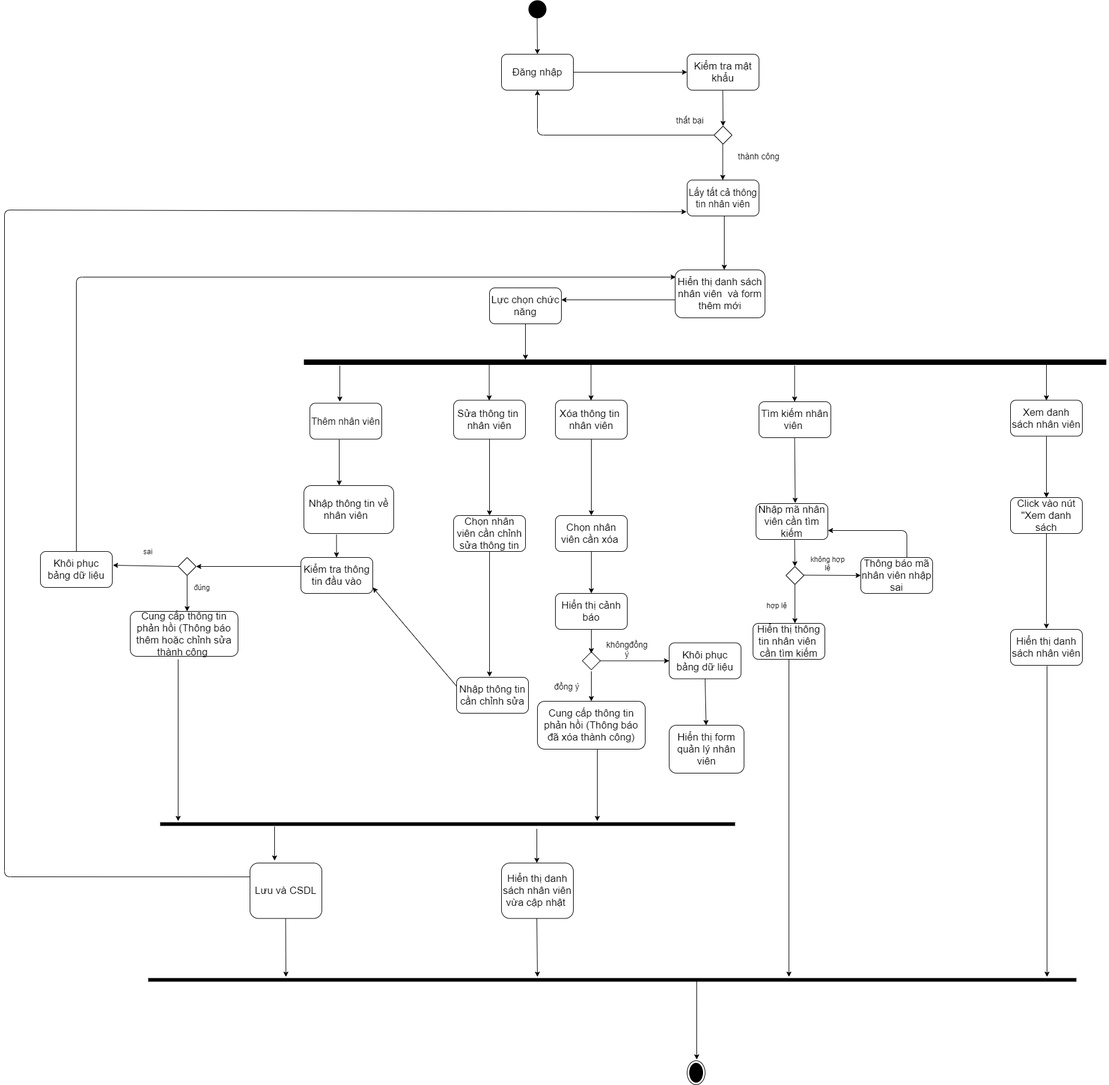
The draw.io diagram Phan_Tich_Thiet_Ke/Diagram/Activity_Diagram/Activity_Diagram_QuanLyNhanVien_U1.png in KNhaa/DoAnCNPM, before a commit. Source tidied: cells renumbered, new cells last; positions are measured from the earlier drawing's top-left corner, leaving out a move shared by most shapes.
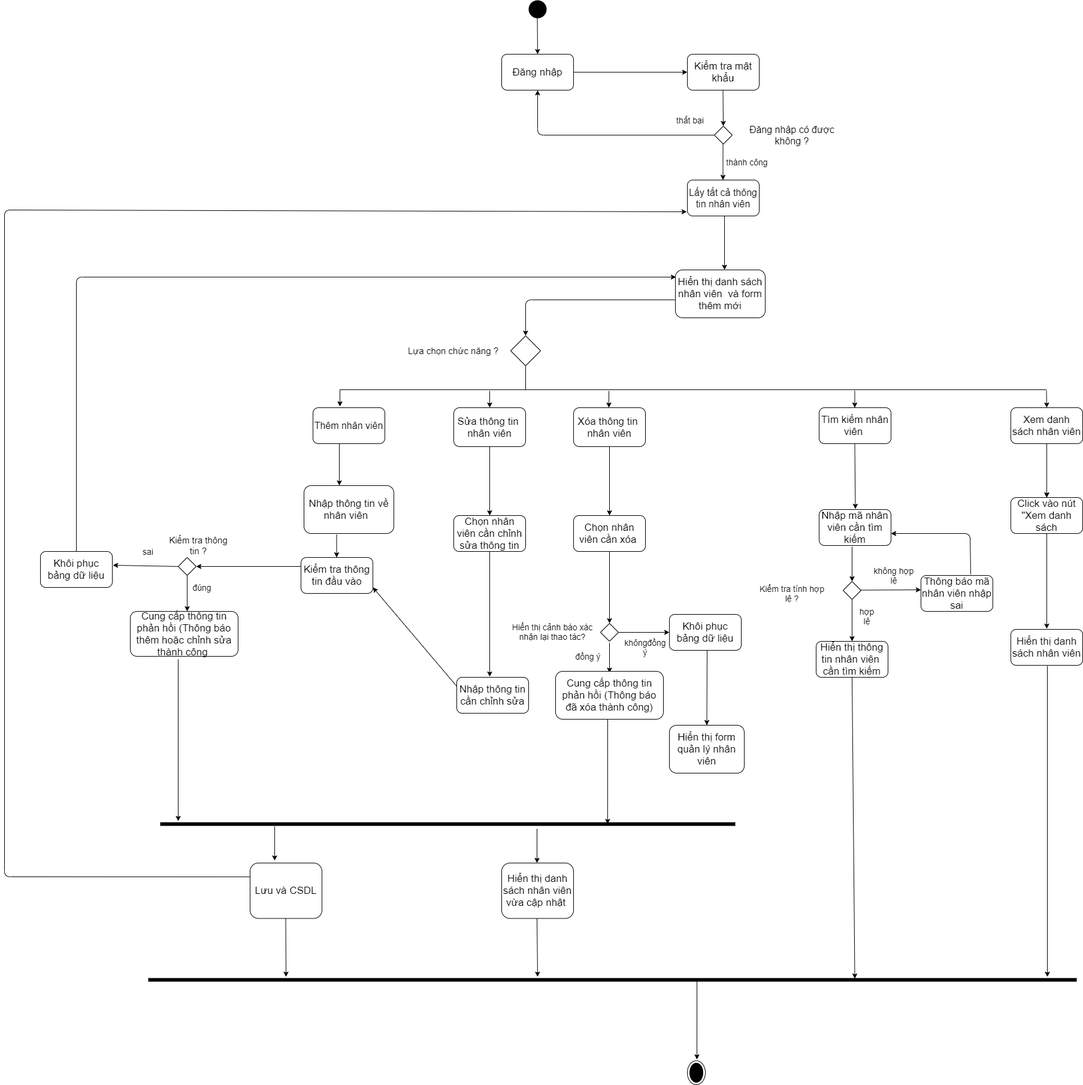
The same file after the commit.

Diff of the diagram source:
```diff
@@ -40,3 +40,3 @@
     <mxCell id="10" value="&lt;font style=&quot;font-size: 14px&quot;&gt;thành công&lt;/font&gt;" style="text;html=1;strokeColor=none;fillColor=none;align=center;verticalAlign=middle;whiteSpace=wrap;rounded=0;" parent="1" vertex="1">
-      <mxGeometry x="1210" y="250" width="100" height="20" as="geometry" />
+      <mxGeometry x="1190" y="260" width="100" height="20" as="geometry" />
     </mxCell>
@@ -55,19 +55,10 @@
     </mxCell>
-    <mxCell id="14" style="endArrow=classic;html=1;" parent="1" edge="1">
+    <mxCell id="14" style="endArrow=classic;html=1;entryX=0.5;entryY=0;entryDx=0;entryDy=0;" parent="1" edge="1" target="93">
       <mxGeometry relative="1" as="geometry">
         <mxPoint x="1120" y="500" as="sourcePoint" />
-        <mxPoint x="930" y="500" as="targetPoint" />
+        <Array as="points">
+          <mxPoint x="870" y="500" />
+        </Array>
       </mxGeometry>
     </mxCell>
-    <mxCell id="15" value="&lt;font style=&quot;font-size: 17px&quot;&gt;Lực chọn chức năng&lt;/font&gt;" style="rounded=1;whiteSpace=wrap;html=1;" parent="1" vertex="1">
-      <mxGeometry x="810" y="480" width="120" height="60" as="geometry" />
-    </mxCell>
-    <mxCell id="16" style="line;strokeWidth=9;fillColor=none;align=left;verticalAlign=middle;spacingTop=-1;spacingLeft=3;spacingRight=3;labelPosition=right;" parent="1" vertex="1">
-      <mxGeometry x="500" y="600" width="1340" height="8" as="geometry" />
-    </mxCell>
-    <mxCell id="17" style="endArrow=classic;html=1;exitX=0.5;exitY=1;exitDx=0;exitDy=0;" parent="1" edge="1" source="15">
-      <mxGeometry relative="1" as="geometry">
-        <mxPoint x="870" y="600" as="targetPoint" />
-      </mxGeometry>
-    </mxCell>
     <mxCell id="18" value="&lt;span style=&quot;font-size: 17px&quot;&gt;Nhập thông tin về nhân viên&amp;nbsp;&amp;nbsp;&lt;/span&gt;" style="rounded=1;whiteSpace=wrap;html=1;" parent="1" vertex="1">
@@ -75,24 +66,11 @@
     </mxCell>
-    <mxCell id="19" style="endArrow=classic;html=1;" parent="1" edge="1">
-      <mxGeometry relative="1" as="geometry">
-        <mxPoint x="809.5" y="608" as="sourcePoint" />
-        <mxPoint x="809.5" y="668" as="targetPoint" />
-      </mxGeometry>
-    </mxCell>
     <mxCell id="20" value="&lt;font style=&quot;font-size: 17px&quot;&gt;Xóa thông tin&amp;nbsp; nhân viên&lt;/font&gt;" style="rounded=1;whiteSpace=wrap;html=1;" parent="1" vertex="1">
-      <mxGeometry x="920" y="667.5" width="120" height="65" as="geometry" />
+      <mxGeometry x="950" y="680" width="120" height="65" as="geometry" />
     </mxCell>
-    <mxCell id="21" style="endArrow=classic;html=1;" parent="1" edge="1">
-      <mxGeometry relative="1" as="geometry">
-        <mxPoint x="1319.5" y="610" as="sourcePoint" />
-        <mxPoint x="1319.5" y="670" as="targetPoint" />
-      </mxGeometry>
-    </mxCell>
     <mxCell id="22" value="&lt;font style=&quot;font-size: 17px&quot;&gt;Tìm kiếm nhân viên&amp;nbsp;&lt;/font&gt;" style="rounded=1;whiteSpace=wrap;html=1;" parent="1" vertex="1">
-      <mxGeometry x="1260" y="670" width="120" height="60" as="geometry" />
+      <mxGeometry x="1360" y="680" width="120" height="60" as="geometry" />
     </mxCell>
-    <mxCell id="23" style="endArrow=classic;html=1;" parent="1" edge="1">
+    <mxCell id="23" style="endArrow=classic;html=1;entryX=0.375;entryY=-0.033;entryDx=0;entryDy=0;entryPerimeter=0;" parent="1" edge="1" target="59">
       <mxGeometry relative="1" as="geometry">
-        <mxPoint x="560" y="610" as="sourcePoint" />
-        <mxPoint x="560" y="670" as="targetPoint" />
+        <mxPoint x="560" y="650" as="sourcePoint" />
       </mxGeometry>
@@ -107,3 +85,3 @@
     </mxCell>
-    <mxCell id="26" value="đúng" style="text;html=1;strokeColor=none;fillColor=none;align=center;verticalAlign=middle;whiteSpace=wrap;rounded=0;" parent="1" vertex="1">
+    <mxCell id="26" value="&lt;font style=&quot;font-size: 14px&quot;&gt;đúng&lt;/font&gt;" style="text;html=1;strokeColor=none;fillColor=none;align=center;verticalAlign=middle;whiteSpace=wrap;rounded=0;" parent="1" vertex="1">
       <mxGeometry x="310" y="970" width="40" height="20" as="geometry" />
@@ -137,21 +115,13 @@
     </mxCell>
-    <mxCell id="35" value="&lt;font style=&quot;font-size: 17px&quot;&gt;Hiển thị cảnh báo&lt;/font&gt;" style="rounded=1;whiteSpace=wrap;html=1;strokeWidth=1;" parent="1" vertex="1">
-      <mxGeometry x="920" y="990" width="120" height="60" as="geometry" />
-    </mxCell>
     <mxCell id="36" style="rhombus;strokeWidth=1;" parent="1" vertex="1">
-      <mxGeometry x="965" y="1087.5" width="30" height="30" as="geometry" />
+      <mxGeometry x="995" y="1040" width="30" height="30" as="geometry" />
     </mxCell>
-    <mxCell id="37" style="endArrow=classic;html=1;exitX=0.5;exitY=1;exitDx=0;exitDy=0;" parent="1" edge="1" source="35">
-      <mxGeometry relative="1" as="geometry">
-        <mxPoint x="980" y="1090" as="targetPoint" />
-      </mxGeometry>
-    </mxCell>
     <mxCell id="38" value="&lt;font style=&quot;font-size: 14px&quot;&gt;khôngđồng ý&lt;/font&gt;" style="text;html=1;strokeColor=none;fillColor=none;align=center;verticalAlign=middle;whiteSpace=wrap;rounded=0;" parent="1" vertex="1">
-      <mxGeometry x="1010" y="1072.5" width="60" height="20" as="geometry" />
+      <mxGeometry x="1040" y="1070" width="60" height="20" as="geometry" />
     </mxCell>
     <mxCell id="39" value="&lt;font style=&quot;font-size: 14px&quot;&gt;&amp;nbsp;đồng ý&lt;/font&gt;" style="text;html=1;strokeColor=none;fillColor=none;align=center;verticalAlign=middle;whiteSpace=wrap;rounded=0;" parent="1" vertex="1">
-      <mxGeometry x="905" y="1135" width="65" height="20" as="geometry" />
+      <mxGeometry x="940" y="1085" width="65" height="20" as="geometry" />
     </mxCell>
     <mxCell id="40" value="&lt;font style=&quot;font-size: 17px&quot;&gt;Nhập mã nhân viên cần tìm kiếm&lt;/font&gt;" style="rounded=1;whiteSpace=wrap;html=1;strokeWidth=1;" parent="1" vertex="1">
-      <mxGeometry x="1255" y="840" width="120" height="60" as="geometry" />
+      <mxGeometry x="1360" y="850" width="120" height="60" as="geometry" />
     </mxCell>
@@ -159,4 +129,4 @@
       <mxGeometry relative="1" as="geometry">
-        <mxPoint x="1319.5" y="730" as="sourcePoint" />
-        <mxPoint x="1320.5" y="839" as="targetPoint" />
+        <mxPoint x="1419.5" y="740" as="sourcePoint" />
+        <mxPoint x="1420.5" y="849" as="targetPoint" />
       </mxGeometry>
@@ -164,13 +134,10 @@
     <mxCell id="42" style="rhombus;strokeWidth=1;" parent="1" vertex="1">
-      <mxGeometry x="1305" y="945" width="30" height="30" as="geometry" />
+      <mxGeometry x="1400" y="970" width="30" height="30" as="geometry" />
     </mxCell>
-    <mxCell id="43" style="endArrow=classic;html=1;exitX=0.5;exitY=1;exitDx=0;exitDy=0;" parent="1" edge="1" source="42">
-      <mxGeometry relative="1" as="geometry">
-        <mxPoint x="1320" y="1040" as="targetPoint" />
-      </mxGeometry>
+    <mxCell id="43" style="endArrow=classic;html=1;exitX=0.5;exitY=1;exitDx=0;exitDy=0;entryX=0.5;entryY=0;entryDx=0;entryDy=0;" parent="1" edge="1" source="42" target="45">
+      <mxGeometry relative="1" as="geometry" />
     </mxCell>
-    <mxCell id="44" style="endArrow=classic;html=1;" parent="1" edge="1">
+    <mxCell id="44" style="endArrow=classic;html=1;entryX=0;entryY=0.4;entryDx=0;entryDy=0;entryPerimeter=0;" parent="1" edge="1" target="50">
       <mxGeometry relative="1" as="geometry">
-        <mxPoint x="1335" y="959.5" as="sourcePoint" />
-        <mxPoint x="1430" y="960" as="targetPoint" />
+        <mxPoint x="1430" y="984.5" as="sourcePoint" />
       </mxGeometry>
@@ -178,3 +145,3 @@
     <mxCell id="45" value="&lt;font style=&quot;font-size: 17px&quot;&gt;Hiển thị thông tin nhân viên&amp;nbsp; cần tìm kiếm&lt;/font&gt;" style="rounded=1;whiteSpace=wrap;html=1;strokeWidth=1;" parent="1" vertex="1">
-      <mxGeometry x="1250" y="1040" width="120" height="60" as="geometry" />
+      <mxGeometry x="1355" y="1070" width="120" height="60" as="geometry" />
     </mxCell>
@@ -182,3 +149,3 @@
       <mxGeometry relative="1" as="geometry">
-        <mxPoint x="1319.5" y="900" as="sourcePoint" />
+        <mxPoint x="1415" y="912" as="sourcePoint" />
       </mxGeometry>
@@ -188,18 +155,16 @@
     </mxCell>
-    <mxCell id="48" value="không hợp lệ" style="text;html=1;strokeColor=none;fillColor=none;align=center;verticalAlign=middle;whiteSpace=wrap;rounded=0;" parent="1" vertex="1">
-      <mxGeometry x="1340" y="930" width="70" height="20" as="geometry" />
+    <mxCell id="48" value="&lt;font style=&quot;font-size: 14px&quot;&gt;không hợp lệ&lt;/font&gt;" style="text;html=1;strokeColor=none;fillColor=none;align=center;verticalAlign=middle;whiteSpace=wrap;rounded=0;" parent="1" vertex="1">
+      <mxGeometry x="1450" y="950" width="70" height="20" as="geometry" />
     </mxCell>
-    <mxCell id="49" value="hợp lệ" style="text;html=1;strokeColor=none;fillColor=none;align=center;verticalAlign=middle;whiteSpace=wrap;rounded=0;" parent="1" vertex="1">
-      <mxGeometry x="1270" y="1000" width="40" height="20" as="geometry" />
+    <mxCell id="49" value="&lt;font style=&quot;font-size: 14px&quot;&gt;hợp lệ&lt;/font&gt;" style="text;html=1;strokeColor=none;fillColor=none;align=center;verticalAlign=middle;whiteSpace=wrap;rounded=0;" parent="1" vertex="1">
+      <mxGeometry x="1420" y="1017.5" width="40" height="20" as="geometry" />
     </mxCell>
     <mxCell id="50" value="&lt;font style=&quot;font-size: 17px&quot;&gt;Thông báo mã nhân viên nhập sai&lt;/font&gt;" style="rounded=1;whiteSpace=wrap;html=1;strokeWidth=1;" parent="1" vertex="1">
-      <mxGeometry x="1430" y="930" width="120" height="60" as="geometry" />
+      <mxGeometry x="1530" y="960" width="120" height="60" as="geometry" />
     </mxCell>
-    <mxCell id="51" style="endArrow=classic;html=1;exitX=0.5;exitY=1;exitDx=0;exitDy=0;" parent="1" edge="1" source="57">
-      <mxGeometry relative="1" as="geometry">
-        <mxPoint x="980" y="990" as="targetPoint" />
-      </mxGeometry>
+    <mxCell id="51" style="endArrow=classic;html=1;exitX=0.5;exitY=1;exitDx=0;exitDy=0;entryX=0.5;entryY=0;entryDx=0;entryDy=0;" parent="1" edge="1" source="57" target="36">
+      <mxGeometry relative="1" as="geometry" />
     </mxCell>
     <mxCell id="52" value="&lt;span style=&quot;font-size: 17px&quot;&gt;Sửa thông tin&amp;nbsp; nhân viên&lt;/span&gt;" style="rounded=1;whiteSpace=wrap;html=1;" parent="1" vertex="1">
-      <mxGeometry x="750" y="667.5" width="120" height="65" as="geometry" />
+      <mxGeometry x="750" y="680" width="120" height="65" as="geometry" />
     </mxCell>
@@ -220,10 +185,4 @@
     </mxCell>
-    <mxCell id="56" style="endArrow=classic;html=1;" parent="1" edge="1">
-      <mxGeometry relative="1" as="geometry">
-        <mxPoint x="979.5" y="608" as="sourcePoint" />
-        <mxPoint x="979.5" y="668" as="targetPoint" />
-      </mxGeometry>
-    </mxCell>
     <mxCell id="57" value="&lt;span style=&quot;font-size: 17px&quot;&gt;Chọn nhân viên cần xóa&amp;nbsp;&lt;/span&gt;" style="rounded=1;whiteSpace=wrap;html=1;strokeWidth=1;" parent="1" vertex="1">
-      <mxGeometry x="920" y="860" width="120" height="60" as="geometry" />
+      <mxGeometry x="950" y="860" width="120" height="60" as="geometry" />
     </mxCell>
@@ -233,3 +192,3 @@
     <mxCell id="59" value="&lt;font style=&quot;font-size: 16px&quot;&gt;Thêm nhân viên&lt;/font&gt;" style="rounded=1;whiteSpace=wrap;html=1;strokeWidth=1;" parent="1" vertex="1">
-      <mxGeometry x="510" y="672.5" width="120" height="60" as="geometry" />
+      <mxGeometry x="515" y="680" width="120" height="60" as="geometry" />
     </mxCell>
@@ -237,3 +196,3 @@
       <mxGeometry relative="1" as="geometry">
-        <mxPoint x="559" y="733" as="sourcePoint" />
+        <mxPoint x="559" y="740" as="sourcePoint" />
         <mxPoint x="559" y="810" as="targetPoint" />
@@ -264,3 +223,3 @@
     </mxCell>
-    <mxCell id="67" value="sai" style="text;html=1;strokeColor=none;fillColor=none;align=center;verticalAlign=middle;whiteSpace=wrap;rounded=0;" parent="1" vertex="1">
+    <mxCell id="67" value="&lt;font style=&quot;font-size: 14px&quot;&gt;sai&lt;/font&gt;" style="text;html=1;strokeColor=none;fillColor=none;align=center;verticalAlign=middle;whiteSpace=wrap;rounded=0;" parent="1" vertex="1">
       <mxGeometry x="220" y="910" width="40" height="20" as="geometry" />
@@ -269,4 +228,4 @@
       <mxGeometry relative="1" as="geometry">
-        <mxPoint x="980" y="1120" as="sourcePoint" />
-        <mxPoint x="980" y="1170" as="targetPoint" />
+        <mxPoint x="1010" y="1072.5" as="sourcePoint" />
+        <mxPoint x="1010" y="1122.5" as="targetPoint" />
       </mxGeometry>
@@ -274,6 +233,8 @@
     <mxCell id="69" value="&lt;font style=&quot;font-size: 17px&quot;&gt;Khôi phục bảng dữ liệu&lt;/font&gt;" style="rounded=1;whiteSpace=wrap;html=1;strokeWidth=1;" parent="1" vertex="1">
-      <mxGeometry x="1110" y="1072.5" width="120" height="60" as="geometry" />
+      <mxGeometry x="1110" y="1025" width="120" height="60" as="geometry" />
     </mxCell>
-    <mxCell id="70" style="endArrow=classic;html=1;exitX=0.5;exitY=1;exitDx=0;exitDy=0;" parent="1" edge="1" source="69" target="71">
-      <mxGeometry relative="1" as="geometry" />
+    <mxCell id="70" style="endArrow=classic;html=1;entryX=0.5;entryY=0;entryDx=0;entryDy=0;" parent="1" edge="1" target="71">
+      <mxGeometry relative="1" as="geometry">
+        <mxPoint x="1173" y="1085" as="sourcePoint" />
+      </mxGeometry>
     </mxCell>
@@ -282,8 +243,7 @@
     </mxCell>
-    <mxCell id="72" style="endArrow=classic;html=1;" parent="1" edge="1">
+    <mxCell id="72" style="endArrow=classic;html=1;exitX=0.692;exitY=-0.033;exitDx=0;exitDy=0;exitPerimeter=0;" parent="1" edge="1" source="50">
       <mxGeometry relative="1" as="geometry">
-        <mxPoint x="1507" y="930" as="sourcePoint" />
-        <mxPoint x="1375" y="885" as="targetPoint" />
+        <mxPoint x="1480" y="890" as="targetPoint" />
         <Array as="points">
-          <mxPoint x="1507" y="885" />
+          <mxPoint x="1612" y="890" />
         </Array>
@@ -303,10 +263,4 @@
     <mxCell id="75" value="&lt;font style=&quot;font-size: 17px&quot;&gt;Cung cấp thông tin phản hồi (Thông báo đã xóa thành công)&lt;/font&gt;" style="rounded=1;whiteSpace=wrap;html=1;strokeWidth=1;" parent="1" vertex="1">
-      <mxGeometry x="890" y="1170" width="180" height="80" as="geometry" />
+      <mxGeometry x="920" y="1120" width="180" height="80" as="geometry" />
     </mxCell>
-    <mxCell id="76" style="endArrow=classic;html=1;" parent="1" edge="1">
-      <mxGeometry relative="1" as="geometry">
-        <mxPoint x="990" y="1250" as="sourcePoint" />
-        <mxPoint x="990" y="1370" as="targetPoint" />
-      </mxGeometry>
-    </mxCell>
     <mxCell id="77" style="endArrow=classic;html=1;exitX=0.199;exitY=0.544;exitDx=0;exitDy=0;exitPerimeter=0;entryX=0.342;entryY=-0.043;entryDx=0;entryDy=0;entryPerimeter=0;" parent="1" edge="1" source="61" target="27">
@@ -349,10 +303,4 @@
     <mxCell id="84" value="&lt;span style=&quot;font-size: 17px&quot;&gt;Xem danh sách nhân viên&lt;/span&gt;" style="rounded=1;whiteSpace=wrap;html=1;" parent="1" vertex="1">
-      <mxGeometry x="1680" y="667.5" width="120" height="60" as="geometry" />
+      <mxGeometry x="1680" y="680" width="120" height="60" as="geometry" />
     </mxCell>
-    <mxCell id="85" style="endArrow=classic;html=1;" parent="1" edge="1">
-      <mxGeometry relative="1" as="geometry">
-        <mxPoint x="1740" y="608" as="sourcePoint" />
-        <mxPoint x="1740" y="668" as="targetPoint" />
-      </mxGeometry>
-    </mxCell>
     <mxCell id="86" value="&lt;font style=&quot;font-size: 17px&quot;&gt;Click vào nút &quot;Xem danh sách&lt;/font&gt;" style="rounded=1;whiteSpace=wrap;html=1;strokeWidth=1;" parent="1" vertex="1">
@@ -369,6 +317,4 @@
     </mxCell>
-    <mxCell id="89" style="endArrow=classic;html=1;exitX=0.5;exitY=1;exitDx=0;exitDy=0;" parent="1" edge="1" source="45">
-      <mxGeometry relative="1" as="geometry">
-        <mxPoint x="1310" y="1630" as="targetPoint" />
-      </mxGeometry>
+    <mxCell id="89" style="endArrow=classic;html=1;exitX=0.5;exitY=1;exitDx=0;exitDy=0;entryX=0.761;entryY=0.478;entryDx=0;entryDy=0;entryPerimeter=0;" parent="1" edge="1" source="45" target="90">
+      <mxGeometry relative="1" as="geometry" />
     </mxCell>
@@ -379,3 +325,3 @@
       <mxGeometry relative="1" as="geometry">
-        <mxPoint x="1740" y="728" as="sourcePoint" />
+        <mxPoint x="1740" y="740" as="sourcePoint" />
       </mxGeometry>
@@ -388,2 +334,60 @@
     </mxCell>
+    <mxCell id="93" style="rhombus;whiteSpace=wrap;html=1;" parent="1" vertex="1">
+      <mxGeometry x="845" y="560" width="50" height="50" as="geometry" />
+    </mxCell>
+    <mxCell id="94" style="endArrow=none;html=1;" parent="1" edge="1">
+      <mxGeometry relative="1" as="geometry">
+        <mxPoint x="870" y="650" as="sourcePoint" />
+        <mxPoint x="870" y="610" as="targetPoint" />
+      </mxGeometry>
+    </mxCell>
+    <mxCell id="95" style="endArrow=none;html=1;" parent="1" edge="1">
+      <mxGeometry relative="1" as="geometry">
+        <mxPoint x="560" y="650" as="sourcePoint" />
+        <mxPoint x="1740" y="650" as="targetPoint" />
+      </mxGeometry>
+    </mxCell>
+    <mxCell id="96" style="endArrow=classic;html=1;entryX=0.375;entryY=-0.033;entryDx=0;entryDy=0;entryPerimeter=0;" parent="1" edge="1">
+      <mxGeometry relative="1" as="geometry">
+        <mxPoint x="810" y="652" as="sourcePoint" />
+        <mxPoint x="810" y="680" as="targetPoint" />
+      </mxGeometry>
+    </mxCell>
+    <mxCell id="97" style="endArrow=classic;html=1;entryX=0.375;entryY=-0.033;entryDx=0;entryDy=0;entryPerimeter=0;" parent="1" edge="1">
+      <mxGeometry relative="1" as="geometry">
+        <mxPoint x="1009" y="652" as="sourcePoint" />
+        <mxPoint x="1009" y="680" as="targetPoint" />
+      </mxGeometry>
+    </mxCell>
+    <mxCell id="98" style="endArrow=classic;html=1;entryX=0.375;entryY=-0.033;entryDx=0;entryDy=0;entryPerimeter=0;" parent="1" edge="1">
+      <mxGeometry relative="1" as="geometry">
+        <mxPoint x="1419.5" y="652" as="sourcePoint" />
+        <mxPoint x="1419.5" y="680" as="targetPoint" />
+      </mxGeometry>
+    </mxCell>
+    <mxCell id="99" style="endArrow=classic;html=1;entryX=0.778;entryY=0.5;entryDx=0;entryDy=0;entryPerimeter=0;" parent="1" edge="1" target="61">
+      <mxGeometry relative="1" as="geometry">
+        <mxPoint x="1007" y="1200" as="sourcePoint" />
+      </mxGeometry>
+    </mxCell>
+    <mxCell id="100" value="&lt;font style=&quot;font-size: 14px&quot;&gt;Hiển thị cảnh báo xác nhận lại thao tác?&lt;/font&gt;" style="text;html=1;strokeColor=none;fillColor=none;align=center;verticalAlign=middle;whiteSpace=wrap;rounded=0;" parent="1" vertex="1">
+      <mxGeometry x="845" y="1037.5" width="140" height="32.5" as="geometry" />
+    </mxCell>
+    <mxCell id="101" value="&lt;font style=&quot;font-size: 15px&quot;&gt;Lựa chọn chức năng ?&lt;/font&gt;" style="text;html=1;strokeColor=none;fillColor=none;align=center;verticalAlign=middle;whiteSpace=wrap;rounded=0;" parent="1" vertex="1">
+      <mxGeometry x="657.5" y="575" width="182.5" height="20" as="geometry" />
+    </mxCell>
+    <mxCell id="102" style="endArrow=classic;html=1;entryX=0.5;entryY=0;entryDx=0;entryDy=0;" parent="1" edge="1" target="84">
+      <mxGeometry relative="1" as="geometry">
+        <mxPoint x="1739.5" y="652" as="sourcePoint" />
+      </mxGeometry>
+    </mxCell>
+    <mxCell id="103" value="&lt;font style=&quot;font-size: 14px&quot;&gt;Kiểm tra tính hợp lệ ?&lt;/font&gt;" style="text;html=1;strokeColor=none;fillColor=none;align=center;verticalAlign=middle;whiteSpace=wrap;rounded=0;" parent="1" vertex="1">
+      <mxGeometry x="1260" y="980" width="110" height="20" as="geometry" />
+    </mxCell>
+    <mxCell id="104" value="&lt;font style=&quot;font-size: 15px&quot;&gt;Kiểm tra thông tin ?&lt;/font&gt;" style="text;html=1;strokeColor=none;fillColor=none;align=center;verticalAlign=middle;whiteSpace=wrap;rounded=0;" parent="1" vertex="1">
+      <mxGeometry x="270" y="900" width="107.5" height="20" as="geometry" />
+    </mxCell>
+    <mxCell id="105" value="&lt;font style=&quot;font-size: 16px&quot;&gt;Đăng nhập có được không ?&lt;/font&gt;" style="text;html=1;strokeColor=none;fillColor=none;align=center;verticalAlign=middle;whiteSpace=wrap;rounded=0;" parent="1" vertex="1">
+      <mxGeometry x="1230" y="215" width="170" height="20" as="geometry" />
+    </mxCell>
   </root>
```
